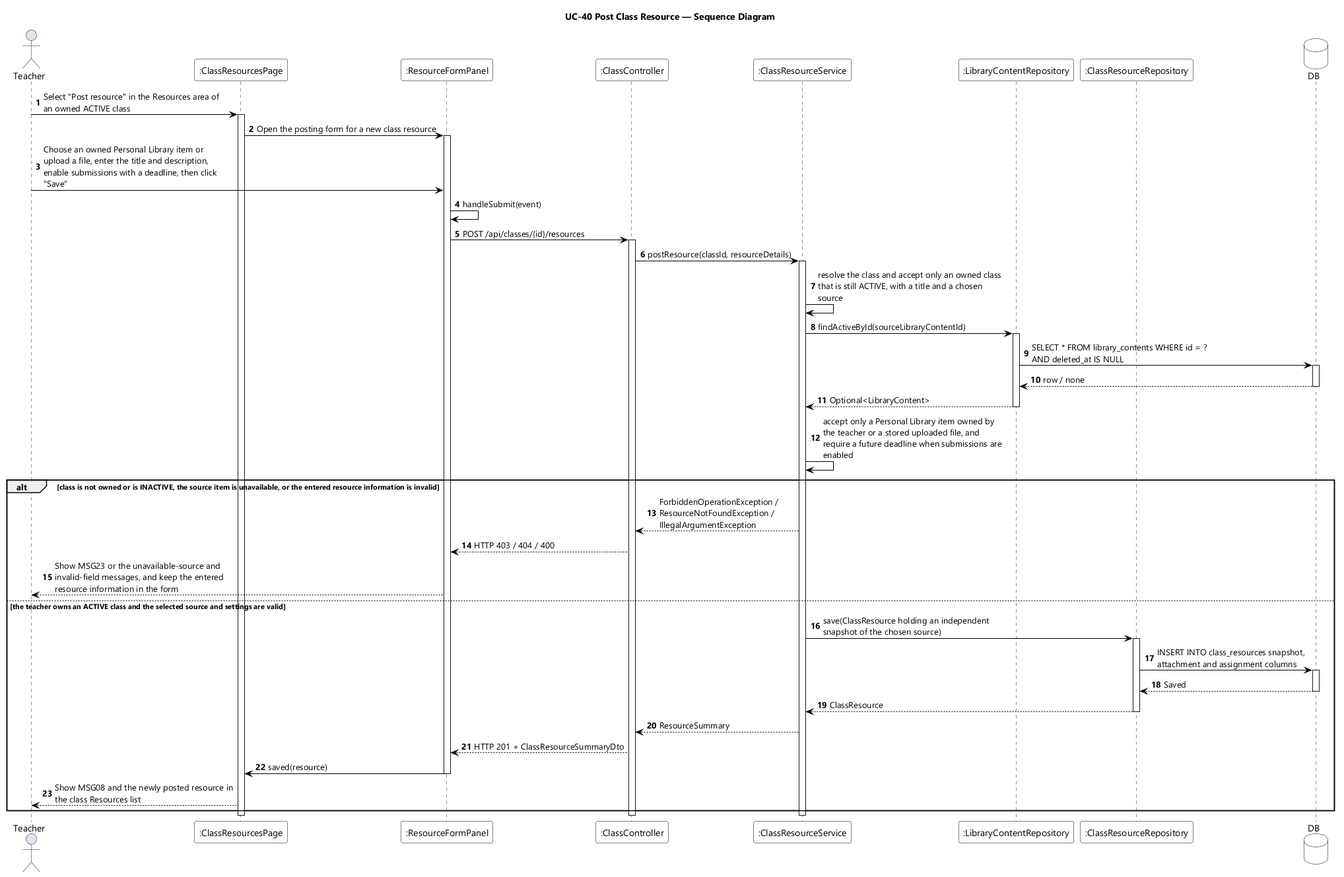
EduA-system/EduA-system keeps this PlantUML diagram as designs/sds-diagrams/uc40/uc40-sequence-diagram.png. Above is the earlier version. The source it was exported from:
```plantuml
@startuml UC-40 Post Class Resource - Sequence Diagram
skinparamlocked dpi 96
skinparam defaultFontName "Segoe UI"
skinparam shadowing false
skinparam ParticipantBackgroundColor #FFFFFF
skinparam ParticipantBorderColor #000000
skinparam DatabaseBackgroundColor #FFFFFF
skinparam DatabaseBorderColor #000000
skinparam ArrowColor #000000
skinparam sequenceMessageAlign left
skinparam maxMessageSize 280
title UC-40 Post Class Resource — Sequence Diagram

actor Teacher
participant ":ClassResourcesPage" as UI
participant ":ResourceFormPanel" as FORM
participant ":ClassController" as CTL
participant ":ClassResourceService" as SVC
participant ":LibraryContentRepository" as LIB
participant ":ClassResourceRepository" as RES
database DB

autonumber
Teacher -> UI : Select "Post resource" in the Resources area of an owned ACTIVE class
activate UI
UI -> FORM : Open the posting form for a new class resource
activate FORM
Teacher -> FORM : Choose an owned Personal Library item or upload a file, enter the title and description, enable submissions with a deadline, then click "Save"
FORM -> FORM : handleSubmit(event)
FORM -> CTL : POST /api/classes/{id}/resources
activate CTL
CTL -> SVC : postResource(classId, resourceDetails)
activate SVC
SVC -> SVC : resolve the class and accept only an owned class that is still ACTIVE, with a title and a chosen source
SVC -> LIB : findActiveById(sourceLibraryContentId)
activate LIB
LIB -> DB : SELECT * FROM library_contents WHERE id = ? AND deleted_at IS NULL
activate DB
DB --> LIB : row / none
deactivate DB
LIB --> SVC : Optional<LibraryContent>
deactivate LIB
SVC -> SVC : accept only a Personal Library item owned by the teacher or a stored uploaded file, and require a future deadline when submissions are enabled

alt class is not owned or is INACTIVE, the source item is unavailable, or the entered resource information is invalid
  SVC --> CTL : ForbiddenOperationException / ResourceNotFoundException / IllegalArgumentException
  CTL --> FORM : HTTP 403 / 404 / 400
  FORM --> Teacher : Show MSG23 or the unavailable-source and invalid-field messages, and keep the entered resource information in the form

else the teacher owns an ACTIVE class and the selected source and settings are valid
  SVC -> RES : save(ClassResource holding an independent snapshot of the chosen source)
  activate RES
  RES -> DB : INSERT INTO class_resources snapshot, attachment and assignment columns
  activate DB
  DB --> RES : Saved
  deactivate DB
  RES --> SVC : ClassResource
  deactivate RES
  SVC --> CTL : ResourceSummary
  CTL --> FORM : HTTP 201 + ClassResourceSummaryDto
  FORM -> UI : saved(resource)
  deactivate FORM
  UI --> Teacher : Show MSG08 and the newly posted resource in the class Resources list
end
deactivate SVC
deactivate CTL
deactivate UI
@enduml
```
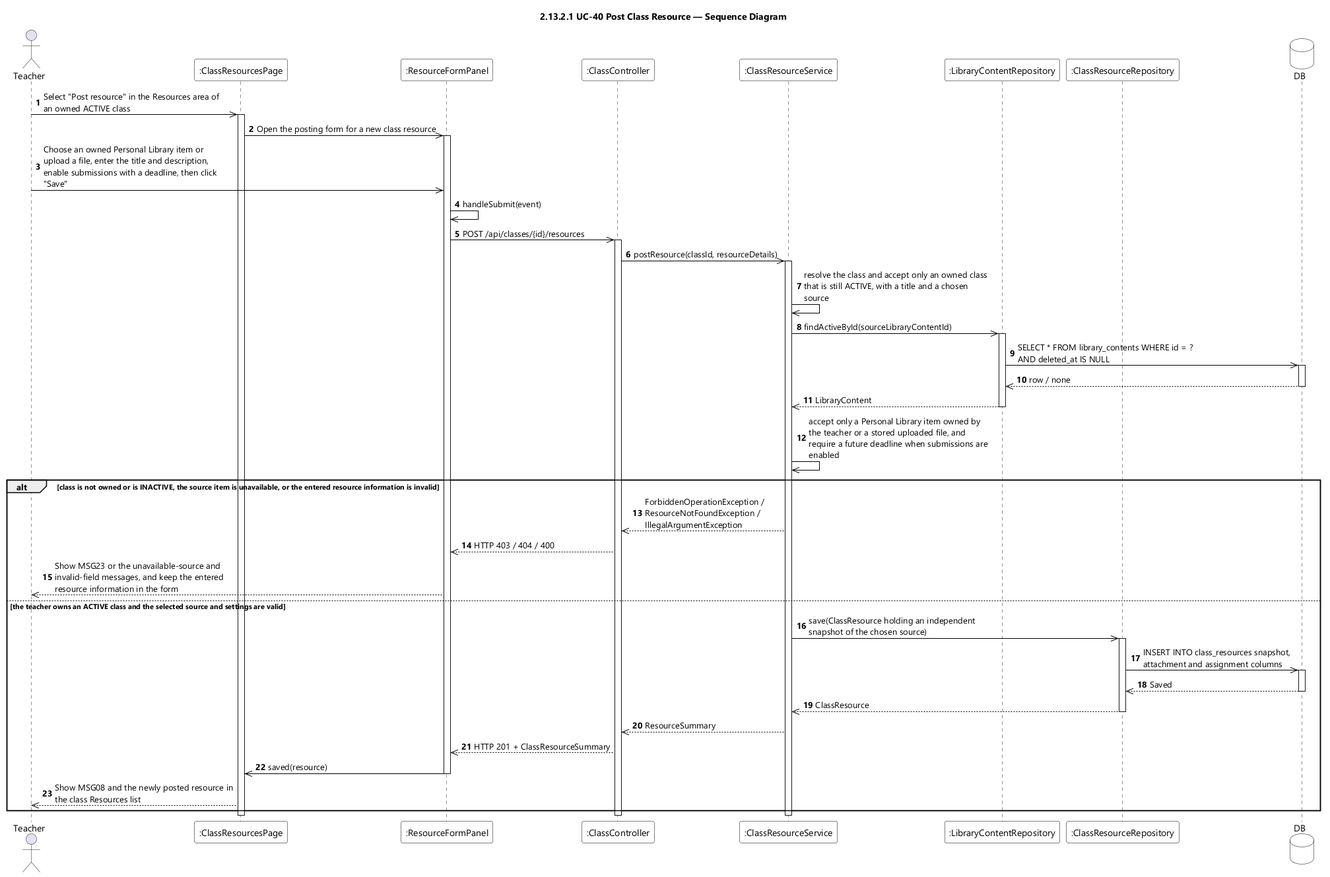
The same file after the commit.

What changed in the source:
```diff
@@ -9,7 +9,7 @@
 skinparam ArrowColor #000000
 skinparam sequenceMessageAlign left
 skinparam maxMessageSize 280
-title UC-40 Post Class Resource — Sequence Diagram
+title 2.13.2.1 UC-40 Post Class Resource — Sequence Diagram
 
 actor Teacher
 participant ":ClassResourcesPage" as UI
@@ -21,46 +21,46 @@
 database DB
 
 autonumber
-Teacher -> UI : Select "Post resource" in the Resources area of an owned ACTIVE class
+Teacher ->> UI : Select "Post resource" in the Resources area of an owned ACTIVE class
 activate UI
-UI -> FORM : Open the posting form for a new class resource
+UI ->> FORM : Open the posting form for a new class resource
 activate FORM
-Teacher -> FORM : Choose an owned Personal Library item or upload a file, enter the title and description, enable submissions with a deadline, then click "Save"
-FORM -> FORM : handleSubmit(event)
-FORM -> CTL : POST /api/classes/{id}/resources
+Teacher ->> FORM : Choose an owned Personal Library item or upload a file, enter the title and description, enable submissions with a deadline, then click "Save"
+FORM ->> FORM : handleSubmit(event)
+FORM ->> CTL : POST /api/classes/{id}/resources
 activate CTL
-CTL -> SVC : postResource(classId, resourceDetails)
+CTL ->> SVC : postResource(classId, resourceDetails)
 activate SVC
-SVC -> SVC : resolve the class and accept only an owned class that is still ACTIVE, with a title and a chosen source
-SVC -> LIB : findActiveById(sourceLibraryContentId)
+SVC ->> SVC : resolve the class and accept only an owned class that is still ACTIVE, with a title and a chosen source
+SVC ->> LIB : findActiveById(sourceLibraryContentId)
 activate LIB
-LIB -> DB : SELECT * FROM library_contents WHERE id = ? AND deleted_at IS NULL
+LIB ->> DB : SELECT * FROM library_contents WHERE id = ? AND deleted_at IS NULL
 activate DB
-DB --> LIB : row / none
+DB -->> LIB : row / none
 deactivate DB
-LIB --> SVC : Optional<LibraryContent>
+LIB -->> SVC : LibraryContent
 deactivate LIB
-SVC -> SVC : accept only a Personal Library item owned by the teacher or a stored uploaded file, and require a future deadline when submissions are enabled
+SVC ->> SVC : accept only a Personal Library item owned by the teacher or a stored uploaded file, and require a future deadline when submissions are enabled
 
 alt class is not owned or is INACTIVE, the source item is unavailable, or the entered resource information is invalid
-  SVC --> CTL : ForbiddenOperationException / ResourceNotFoundException / IllegalArgumentException
-  CTL --> FORM : HTTP 403 / 404 / 400
-  FORM --> Teacher : Show MSG23 or the unavailable-source and invalid-field messages, and keep the entered resource information in the form
+  SVC -->> CTL : ForbiddenOperationException / ResourceNotFoundException / IllegalArgumentException
+  CTL -->> FORM : HTTP 403 / 404 / 400
+  FORM -->> Teacher : Show MSG23 or the unavailable-source and invalid-field messages, and keep the entered resource information in the form
 
 else the teacher owns an ACTIVE class and the selected source and settings are valid
-  SVC -> RES : save(ClassResource holding an independent snapshot of the chosen source)
+  SVC ->> RES : save(ClassResource holding an independent snapshot of the chosen source)
   activate RES
-  RES -> DB : INSERT INTO class_resources snapshot, attachment and assignment columns
+  RES ->> DB : INSERT INTO class_resources snapshot, attachment and assignment columns
   activate DB
-  DB --> RES : Saved
+  DB -->> RES : Saved
   deactivate DB
-  RES --> SVC : ClassResource
+  RES -->> SVC : ClassResource
   deactivate RES
-  SVC --> CTL : ResourceSummary
-  CTL --> FORM : HTTP 201 + ClassResourceSummaryDto
-  FORM -> UI : saved(resource)
+  SVC -->> CTL : ResourceSummary
+  CTL -->> FORM : HTTP 201 + ClassResourceSummary
+  FORM ->> UI : saved(resource)
   deactivate FORM
-  UI --> Teacher : Show MSG08 and the newly posted resource in the class Resources list
+  UI -->> Teacher : Show MSG08 and the newly posted resource in the class Resources list
 end
 deactivate SVC
 deactivate CTL
```
